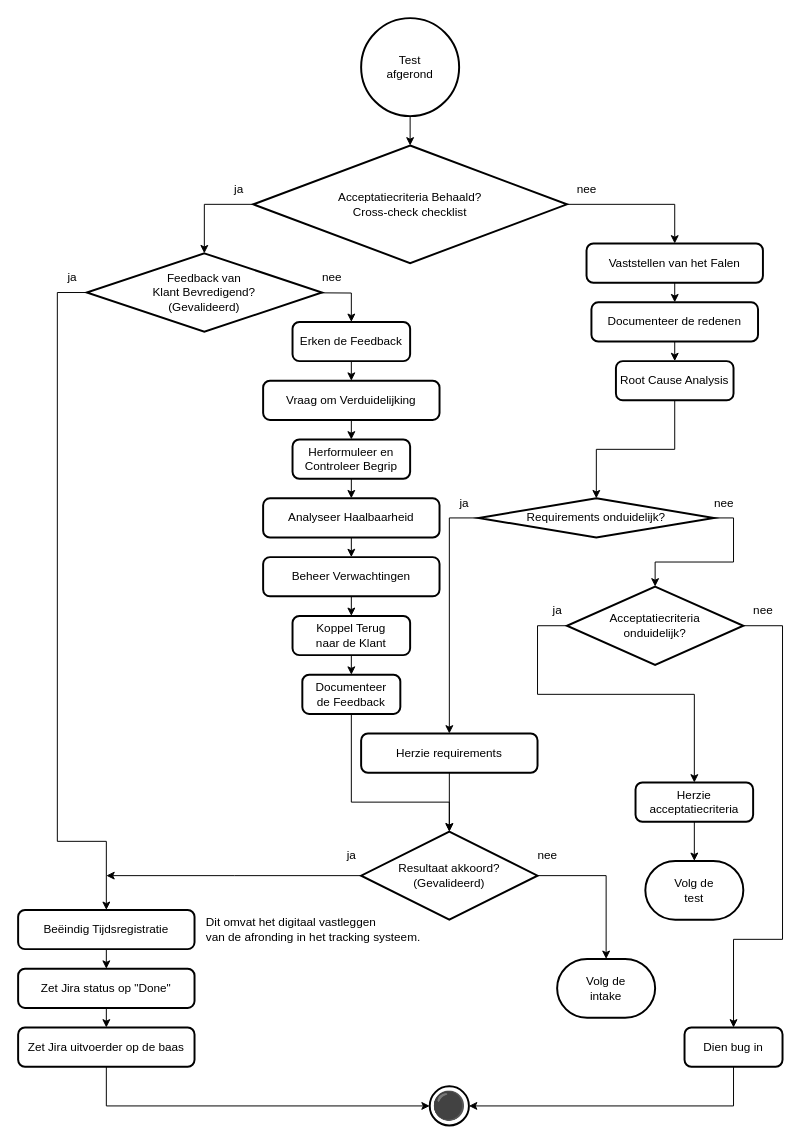
Earlier version of the draw.io diagram 3 Issue Tracker review.drawio (Zaibatsu89/IssueTracker). Source tidied: cells renumbered, new cells numbered last; positions are measured from the earlier drawing's top-left corner, leaving out a move shared by most shapes. Both pictures are drawn from the tidied source at 98%, with x=0, y=0 at pixel (18, 18).
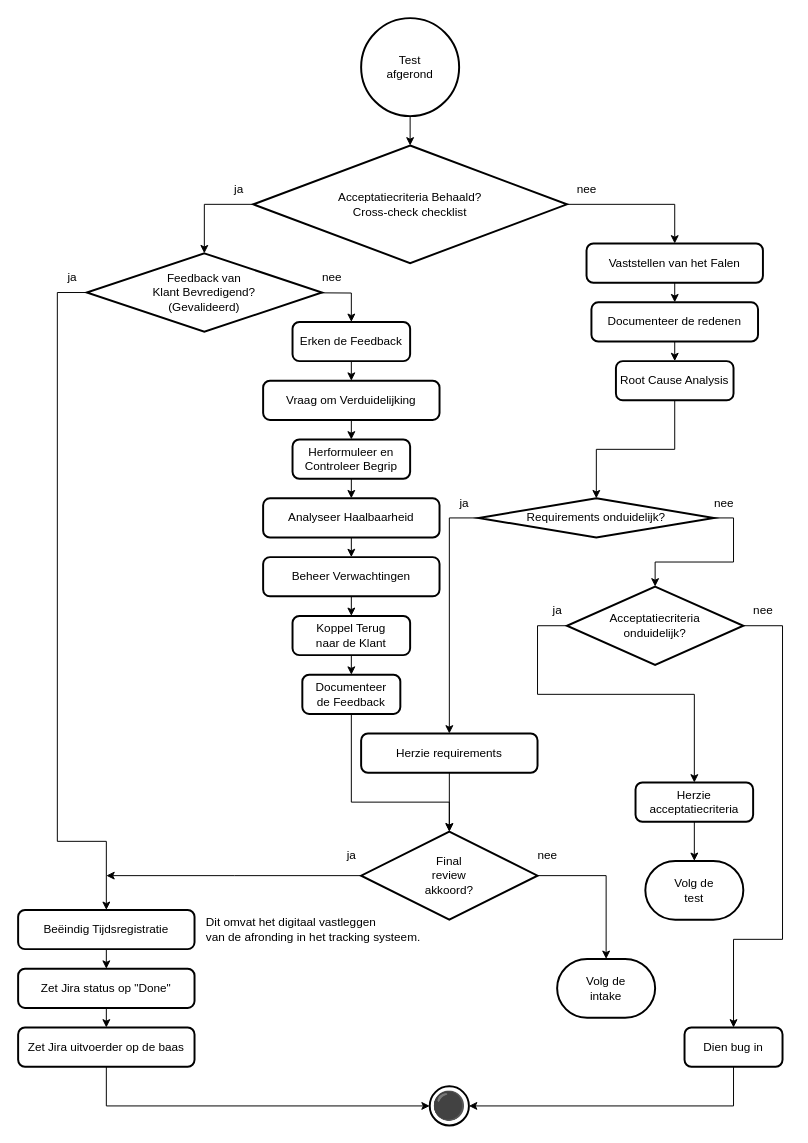
The same diagram, later.

Commit message (it also covers changes not shown here):
Status review analyse en ontwerp akkoord? in tijdtriggers flowchart

Diff of the diagram source:
```diff
@@
-    <mxCell id="52" value="Resultaat akkoord? (Gevalideerd)" style="strokeWidth=2;html=1;shape=mxgraph.flowchart.decision;whiteSpace=wrap;" parent="1" vertex="1">
+    <mxCell id="52" value="Final&lt;br&gt;review&lt;br&gt;akkoord?" style="strokeWidth=2;html=1;shape=mxgraph.flowchart.decision;whiteSpace=wrap;" parent="1" vertex="1">
       <mxGeometry x="350" y="830" width="180" height="90" as="geometry" />
     </mxCell>
```
